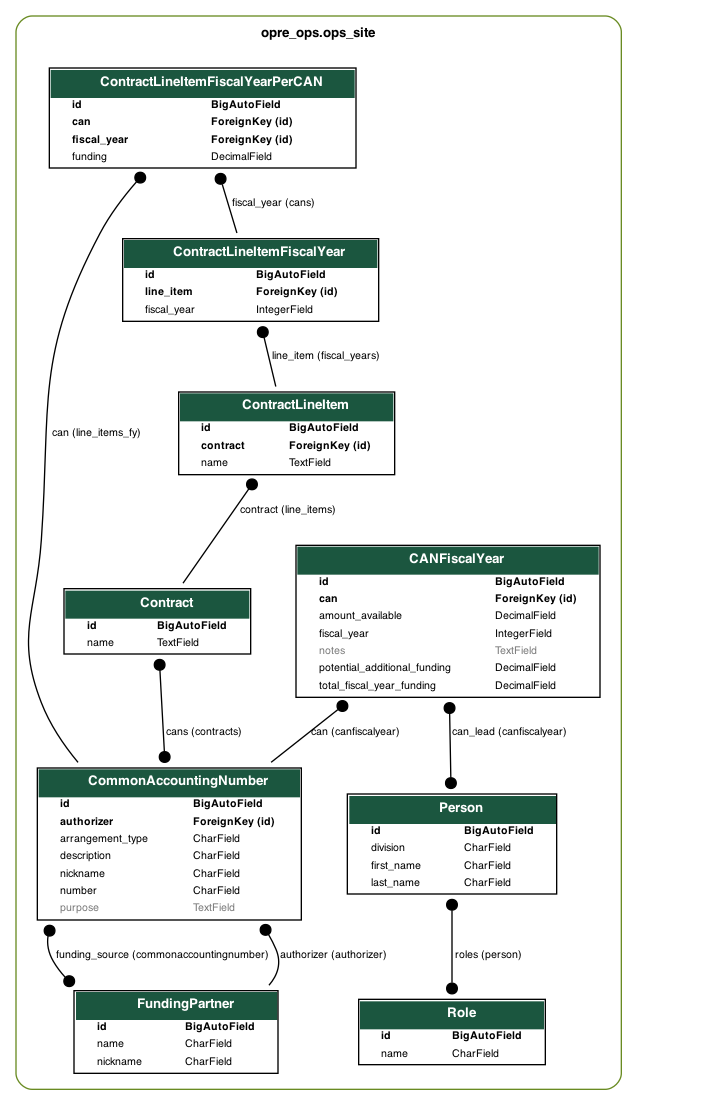
Earlier version of the Graphviz export docs/models.png (HHS/OPRE-OPS). Its source is kept beside it as docs/models.dot.
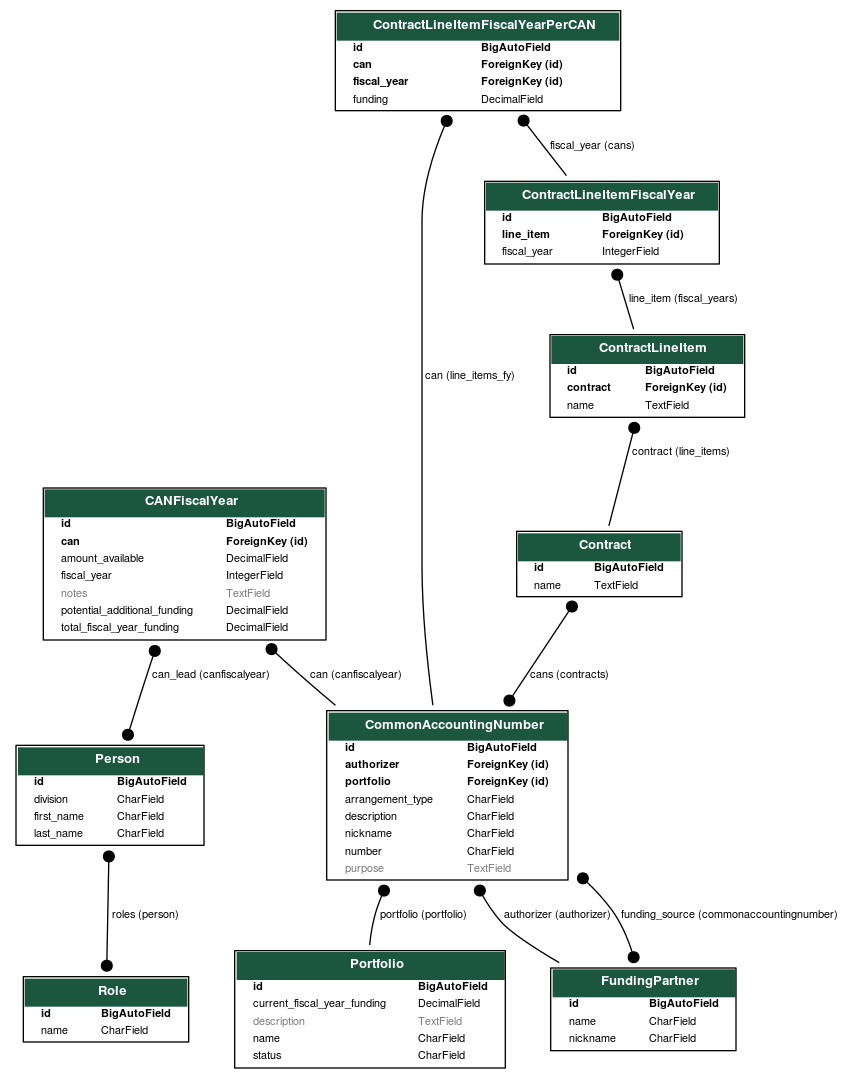
The same file after the commit.

Commit message:
Updated model diagrams

What changed in the source:
```diff
@@ -1,20 +1,24 @@
 digraph model_graph {
-	graph [bb="0,0,533,762",
-		fontname=Roboto,
-		fontsize=8,
-		rankdir=TB,
-		splines=true
-	];
-	node [fontname=Roboto,
-		fontsize=8,
-		label="\N",
-		shape=plaintext
-	];
-	edge [fontname=Roboto,
-		fontsize=8
-	];
-	opre_ops_ops_site_models_Role	[height=0.79167,
-		label=<
+
+  fontname = "Roboto"
+  fontsize = 8
+  splines  = true
+  rankdir = "TB"
+
+  node [
+    fontname = "Roboto"
+    fontsize = 8
+    shape = "plaintext"
+  ]
+
+  edge [
+    fontname = "Roboto"
+    fontsize = 8
+  ]
+
+
+
+  opre_ops_ops_site_models_Role [label=<
     <TABLE BGCOLOR="white" BORDER="1" CELLBORDER="0" CELLSPACING="0">
     <TR><TD COLSPAN="2" CELLPADDING="5" ALIGN="CENTER" BGCOLOR="#1b563f">
     <FONT FACE="Roboto" COLOR="white" POINT-SIZE="10"><B>
@@ -38,11 +42,9 @@
 
 
     </TABLE>
-    >,
-		pos="86,35",
-		width=1.9444];
-	opre_ops_ops_site_models_Person	[height=1.1528,
-		label=<
+    >]
+
+  opre_ops_ops_site_models_Person [label=<
     <TABLE BGCOLOR="white" BORDER="1" CELLBORDER="0" CELLSPACING="0">
     <TR><TD COLSPAN="2" CELLPADDING="5" ALIGN="CENTER" BGCOLOR="#1b563f">
     <FONT FACE="Roboto" COLOR="white" POINT-SIZE="10"><B>
@@ -82,17 +84,59 @@
 
 
     </TABLE>
-    >,
-		pos="86,176",
-		width=2.1806];
-	opre_ops_ops_site_models_Person -> opre_ops_ops_site_models_Role	[arrowhead=dot,
-		arrowtail=dot,
-		dir=both,
-		label=" roles (person)",
-		lp="112.5,92.5",
-		pos="s,86,134.42 e,86,63.631 86,126.23 86,108.37 86,88.49 86,71.949"];
-	opre_ops_ops_site_cans_models_FundingPartner	[height=0.97222,
-		label=<
+    >]
+
+  opre_ops_ops_site_portfolios_models_Portfolio [label=<
+    <TABLE BGCOLOR="white" BORDER="1" CELLBORDER="0" CELLSPACING="0">
+    <TR><TD COLSPAN="2" CELLPADDING="5" ALIGN="CENTER" BGCOLOR="#1b563f">
+    <FONT FACE="Roboto" COLOR="white" POINT-SIZE="10"><B>
+    Portfolio
+    </B></FONT></TD></TR>
+
+
+    <TR><TD ALIGN="LEFT" BORDER="0">
+    <FONT FACE="Roboto"><B>id</B></FONT>
+    </TD><TD ALIGN="LEFT">
+    <FONT FACE="Roboto"><B>BigAutoField</B></FONT>
+    </TD></TR>
+
+
+
+    <TR><TD ALIGN="LEFT" BORDER="0">
+    <FONT FACE="Roboto">current_fiscal_year_funding</FONT>
+    </TD><TD ALIGN="LEFT">
+    <FONT FACE="Roboto">DecimalField</FONT>
+    </TD></TR>
+
+
+
+    <TR><TD ALIGN="LEFT" BORDER="0">
+    <FONT COLOR="#7B7B7B" FACE="Roboto">description</FONT>
+    </TD><TD ALIGN="LEFT">
+    <FONT COLOR="#7B7B7B" FACE="Roboto">TextField</FONT>
+    </TD></TR>
+
+
+
+    <TR><TD ALIGN="LEFT" BORDER="0">
+    <FONT FACE="Roboto">name</FONT>
+    </TD><TD ALIGN="LEFT">
+    <FONT FACE="Roboto">CharField</FONT>
+    </TD></TR>
+
+
+
+    <TR><TD ALIGN="LEFT" BORDER="0">
+    <FONT FACE="Roboto">status</FONT>
+    </TD><TD ALIGN="LEFT">
+    <FONT FACE="Roboto">CharField</FONT>
+    </TD></TR>
+
+
+    </TABLE>
+    >]
+
+  opre_ops_ops_site_cans_models_FundingPartner [label=<
     <TABLE BGCOLOR="white" BORDER="1" CELLBORDER="0" CELLSPACING="0">
     <TR><TD COLSPAN="2" CELLPADDING="5" ALIGN="CENTER" BGCOLOR="#1b563f">
     <FONT FACE="Roboto" COLOR="white" POINT-SIZE="10"><B>
@@ -124,11 +168,9 @@
 
 
     </TABLE>
-    >,
-		pos="267,35",
-		width=2.125];
-	opre_ops_ops_site_cans_models_CommonAccountingNumber	[height=1.6944,
-		label=<
+    >]
+
+  opre_ops_ops_site_cans_models_CommonAccountingNumber [label=<
     <TABLE BGCOLOR="white" BORDER="1" CELLBORDER="0" CELLSPACING="0">
     <TR><TD COLSPAN="2" CELLPADDING="5" ALIGN="CENTER" BGCOLOR="#1b563f">
     <FONT FACE="Roboto" COLOR="white" POINT-SIZE="10"><B>
@@ -146,6 +188,14 @@
 
     <TR><TD ALIGN="LEFT" BORDER="0">
     <FONT FACE="Roboto"><B>authorizer</B></FONT>
+    </TD><TD ALIGN="LEFT">
+    <FONT FACE="Roboto"><B>ForeignKey (id)</B></FONT>
+    </TD></TR>
+
+
+
+    <TR><TD ALIGN="LEFT" BORDER="0">
+    <FONT FACE="Roboto"><B>portfolio</B></FONT>
     </TD><TD ALIGN="LEFT">
     <FONT FACE="Roboto"><B>ForeignKey (id)</B></FONT>
     </TD></TR>
@@ -192,23 +242,9 @@
 
 
     </TABLE>
-    >,
-		pos="283,176",
-		width=2.75];
-	opre_ops_ops_site_cans_models_CommonAccountingNumber -> opre_ops_ops_site_cans_models_FundingPartner	[arrowhead=none,
-		arrowtail=dot,
-		dir=both,
-		label=" authorizer (authorizer)",
-		lp="264.5,92.5",
-		pos="s,230.87,114.56 227.15,107.26 225.58,103.89 224.18,100.46 223,97 219.8,87.605 222.38,78.412 227.59,70.129"];
-	opre_ops_ops_site_cans_models_CommonAccountingNumber -> opre_ops_ops_site_cans_models_FundingPartner	[arrowhead=dot,
-		arrowtail=dot,
-		dir=both,
-		label=" funding_source (commonaccountingnumber)",
-		lp="388.5,92.5",
-		pos="s,308.14,114.8 e,297.19,70.059 308.71,106.74 308.8,100.37 308.01,94.044 306,88 304.77,84.313 303.17,80.677 301.31,77.145"];
-	opre_ops_ops_site_cans_models_CANFiscalYear	[height=1.6944,
-		label=<
+    >]
+
+  opre_ops_ops_site_cans_models_CANFiscalYear [label=<
     <TABLE BGCOLOR="white" BORDER="1" CELLBORDER="0" CELLSPACING="0">
     <TR><TD COLSPAN="2" CELLPADDING="5" ALIGN="CENTER" BGCOLOR="#1b563f">
     <FONT FACE="Roboto" COLOR="white" POINT-SIZE="10"><B>
@@ -272,23 +308,9 @@
 
 
     </TABLE>
-    >,
-		pos="114,343",
-		width=3.1667];
-	opre_ops_ops_site_cans_models_CANFiscalYear -> opre_ops_ops_site_models_Person	[arrowhead=dot,
-		arrowtail=dot,
-		dir=both,
-		label=" can_lead (canfiscalyear)",
-		lp="131.5,259.5",
-		pos="s,90.988,281.61 e,83.778,217.53 88.961,273.6 88.213,270.37 87.551,267.17 87,264 84.853,251.67 83.992,238.21 83.808,225.64"];
-	opre_ops_ops_site_cans_models_CANFiscalYear -> opre_ops_ops_site_cans_models_CommonAccountingNumber	[arrowhead=none,
-		arrowtail=dot,
-		dir=both,
-		label=" can (canfiscalyear)",
-		lp="234,259.5",
-		pos="s,172.15,281.72 178.03,275.78 185.06,268.72 192.15,261.68 199,255 204.98,249.17 211.27,243.15 217.59,237.16"];
-	opre_ops_ops_site_cans_models_Contract	[height=0.79167,
-		label=<
+    >]
+
+  opre_ops_ops_site_cans_models_Contract [label=<
     <TABLE BGCOLOR="white" BORDER="1" CELLBORDER="0" CELLSPACING="0">
     <TR><TD COLSPAN="2" CELLPADDING="5" ALIGN="CENTER" BGCOLOR="#1b563f">
     <FONT FACE="Roboto" COLOR="white" POINT-SIZE="10"><B>
@@ -312,17 +334,9 @@
 
 
     </TABLE>
-    >,
-		pos="416,343",
-		width=1.9444];
-	opre_ops_ops_site_cans_models_Contract -> opre_ops_ops_site_cans_models_CommonAccountingNumber	[arrowhead=dot,
-		arrowtail=dot,
-		dir=both,
-		label=" cans (contracts)",
-		lp="379,259.5",
-		pos="s,393.74,314.38 e,331.58,237.26 388.59,307.99 373.63,289.44 354.59,265.81 336.8,243.74"];
-	opre_ops_ops_site_cans_models_ContractLineItem	[height=0.97222,
-		label=<
+    >]
+
+  opre_ops_ops_site_cans_models_ContractLineItem [label=<
     <TABLE BGCOLOR="white" BORDER="1" CELLBORDER="0" CELLSPACING="0">
     <TR><TD COLSPAN="2" CELLPADDING="5" ALIGN="CENTER" BGCOLOR="#1b563f">
     <FONT FACE="Roboto" COLOR="white" POINT-SIZE="10"><B>
@@ -354,17 +368,9 @@
 
 
     </TABLE>
-    >,
-		pos="452,484",
-		width=2.25];
-	opre_ops_ops_site_cans_models_ContractLineItem -> opre_ops_ops_site_cans_models_Contract	[arrowhead=none,
-		arrowtail=dot,
-		dir=both,
-		label=" contract (line_items)",
-		lp="475.5,426.5",
-		pos="s,443.19,449 441.18,441.24 435.34,418.69 428.3,391.49 423.15,371.59"];
-	opre_ops_ops_site_cans_models_ContractLineItemFiscalYear	[height=0.97222,
-		label=<
+    >]
+
+  opre_ops_ops_site_cans_models_ContractLineItemFiscalYear [label=<
     <TABLE BGCOLOR="white" BORDER="1" CELLBORDER="0" CELLSPACING="0">
     <TR><TD COLSPAN="2" CELLPADDING="5" ALIGN="CENTER" BGCOLOR="#1b563f">
     <FONT FACE="Roboto" COLOR="white" POINT-SIZE="10"><B>
@@ -396,17 +402,9 @@
 
 
     </TABLE>
-    >,
-		pos="429,599",
-		width=2.6667];
-	opre_ops_ops_site_cans_models_ContractLineItemFiscalYear -> opre_ops_ops_site_cans_models_ContractLineItem	[arrowhead=none,
-		arrowtail=dot,
-		dir=both,
-		label=" line_item (fiscal_years)",
-		lp="483,541.5",
-		pos="s,435.96,563.79 437.63,555.62 440.08,543.56 442.72,530.59 445.06,519.09"];
-	opre_ops_ops_site_cans_models_ContractLineItemFiscalYearPerCAN	[height=1.1528,
-		label=<
+    >]
+
+  opre_ops_ops_site_cans_models_ContractLineItemFiscalYearPerCAN [label=<
     <TABLE BGCOLOR="white" BORDER="1" CELLBORDER="0" CELLSPACING="0">
     <TR><TD COLSPAN="2" CELLPADDING="5" ALIGN="CENTER" BGCOLOR="#1b563f">
     <FONT FACE="Roboto" COLOR="white" POINT-SIZE="10"><B>
@@ -446,22 +444,44 @@
 
 
     </TABLE>
-    >,
-		pos="299,720.5",
-		width=3.1944];
-	opre_ops_ops_site_cans_models_ContractLineItemFiscalYearPerCAN -> opre_ops_ops_site_cans_models_CommonAccountingNumber	[arrowhead=none,
-		arrowtail=dot,
-		dir=both,
-		label=" can (line_items_fy)",
-		lp="318,484",
-		pos="s,290.81,678.75 289.48,670.7 286.05,649.12 283,623.39 283,600 283,600 283,600 283,342 283,307.34 283,268.58 283,237.34"];
-	opre_ops_ops_site_cans_models_ContractLineItemFiscalYearPerCAN -> opre_ops_ops_site_cans_models_ContractLineItemFiscalYear	[arrowhead=none,
-		arrowtail=dot,
-		dir=both,
-		label=" fiscal_year (cans)",
-		lp="403.5,656.5",
-		pos="s,343.38,678.71 349.35,673.21 363.46,660.24 378.54,646.38 391.74,634.25"];
-	"\n\n\n"	[height=0.5,
-		pos="459,720.5",
-		width=0.75];
+    >]
+
+
+
+
+
+  opre_ops_ops_site_models_Person -> opre_ops_ops_site_models_Role
+  [label=" roles (person)"] [arrowhead=dot arrowtail=dot, dir=both];
+
+  opre_ops_ops_site_cans_models_CommonAccountingNumber -> opre_ops_ops_site_cans_models_FundingPartner
+  [label=" authorizer (authorizer)"] [arrowhead=none, arrowtail=dot, dir=both];
+
+  opre_ops_ops_site_cans_models_CommonAccountingNumber -> opre_ops_ops_site_portfolios_models_Portfolio
+  [label=" portfolio (portfolio)"] [arrowhead=none, arrowtail=dot, dir=both];
+
+  opre_ops_ops_site_cans_models_CommonAccountingNumber -> opre_ops_ops_site_cans_models_FundingPartner
+  [label=" funding_source (commonaccountingnumber)"] [arrowhead=dot arrowtail=dot, dir=both];
+
+  opre_ops_ops_site_cans_models_CANFiscalYear -> opre_ops_ops_site_cans_models_CommonAccountingNumber
+  [label=" can (canfiscalyear)"] [arrowhead=none, arrowtail=dot, dir=both];
+
+  opre_ops_ops_site_cans_models_CANFiscalYear -> opre_ops_ops_site_models_Person
+  [label=" can_lead (canfiscalyear)"] [arrowhead=dot arrowtail=dot, dir=both];
+
+  opre_ops_ops_site_cans_models_Contract -> opre_ops_ops_site_cans_models_CommonAccountingNumber
+  [label=" cans (contracts)"] [arrowhead=dot arrowtail=dot, dir=both];
+
+  opre_ops_ops_site_cans_models_ContractLineItem -> opre_ops_ops_site_cans_models_Contract
+  [label=" contract (line_items)"] [arrowhead=none, arrowtail=dot, dir=both];
+
+  opre_ops_ops_site_cans_models_ContractLineItemFiscalYear -> opre_ops_ops_site_cans_models_ContractLineItem
+  [label=" line_item (fiscal_years)"] [arrowhead=none, arrowtail=dot, dir=both];
+
+  opre_ops_ops_site_cans_models_ContractLineItemFiscalYearPerCAN -> opre_ops_ops_site_cans_models_ContractLineItemFiscalYear
+  [label=" fiscal_year (cans)"] [arrowhead=none, arrowtail=dot, dir=both];
+
+  opre_ops_ops_site_cans_models_ContractLineItemFiscalYearPerCAN -> opre_ops_ops_site_cans_models_CommonAccountingNumber
+  [label=" can (line_items_fy)"] [arrowhead=none, arrowtail=dot, dir=both];
+
+
 }
```
